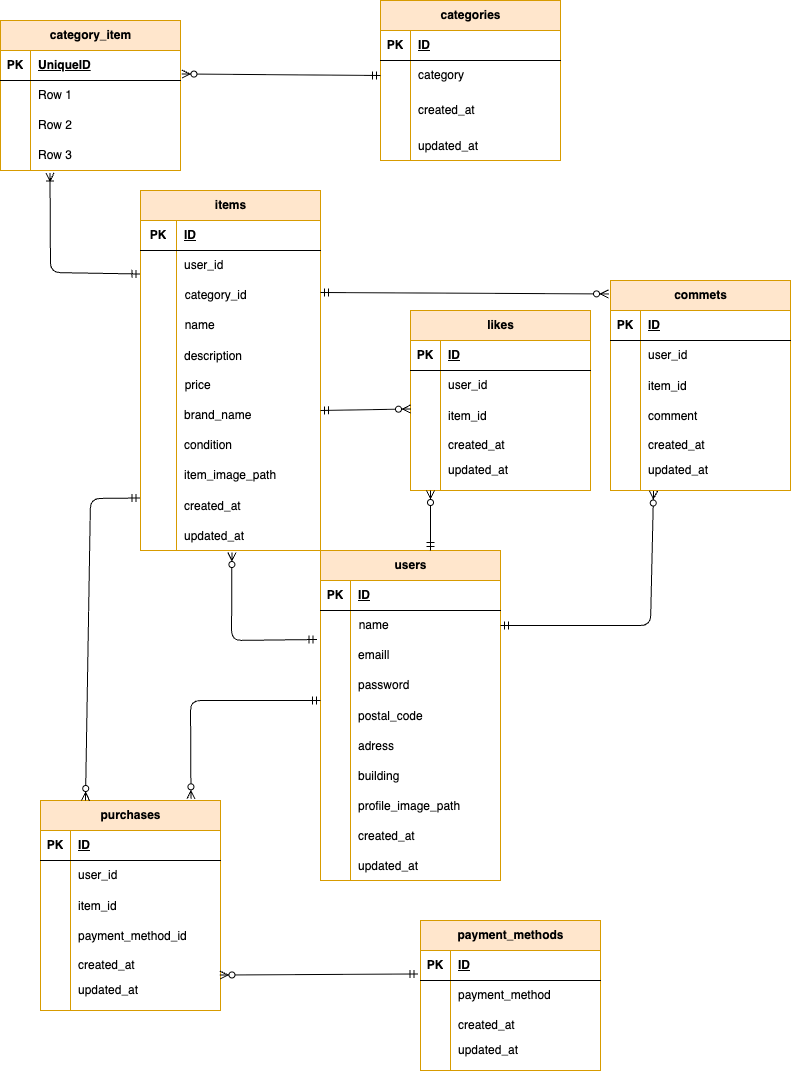
This is ER.drawio.png from kuri6-kara/miyazakiharuka-mockcase1-, a draw.io export, as it was before one commit. Source tidied: cells renumbered, new cells last; positions are measured from the earlier drawing's top-left corner, leaving out a move shared by most shapes.
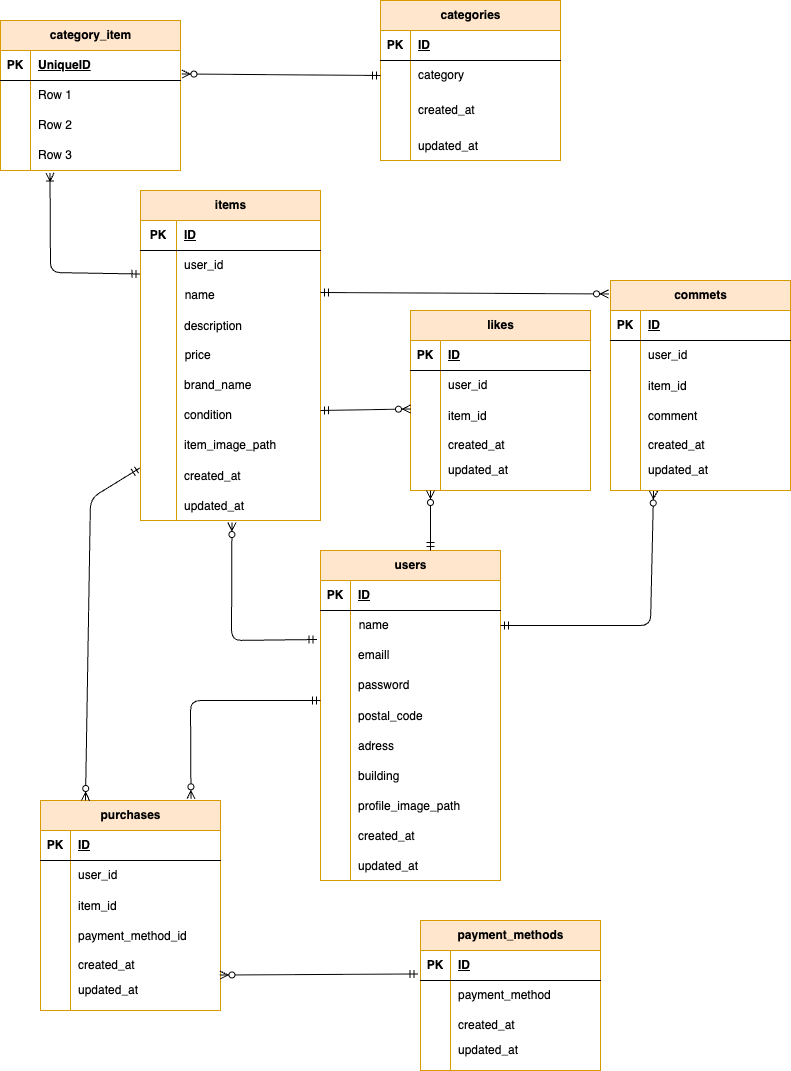
After the commit.

The edit, as a diff of the source:
```diff
@@ -96,7 +96,7 @@
       <mxGeometry x="30" width="150" height="30" as="geometry" />
     </mxCell>
     <mxCell id="33" value="items" style="shape=table;startSize=30;rowLines=0;fontStyle=1;align=center;html=1;fillColor=#ffe6cc;strokeColor=#d79b00;" parent="1" vertex="1">
-      <mxGeometry x="140" y="190" width="180" height="360" as="geometry" />
+      <mxGeometry x="140" y="190" width="180" height="330" as="geometry" />
     </mxCell>
     <mxCell id="34" style="shape=tableRow;horizontal=0;startSize=0;swimlaneHead=0;swimlaneBody=0;fillColor=none;top=0;left=0;right=0;bottom=1;" parent="33" vertex="1">
       <mxGeometry y="30" width="180" height="30" as="geometry" />
@@ -116,17 +116,8 @@
     <mxCell id="39" value="user_id" style="shape=partialRectangle;fillColor=none;top=0;left=0;bottom=0;right=0;align=left;spacingLeft=6;overflow=hidden;whiteSpace=wrap;html=1;" parent="37" vertex="1">
       <mxGeometry x="36" width="144" height="30" as="geometry" />
     </mxCell>
-    <mxCell id="40" style="shape=tableRow;horizontal=0;startSize=0;swimlaneHead=0;swimlaneBody=0;strokeColor=inherit;top=0;left=0;bottom=0;right=0;fillColor=none;" parent="33" vertex="1">
-      <mxGeometry y="90" width="180" height="30" as="geometry" />
-    </mxCell>
-    <mxCell id="41" style="shape=partialRectangle;html=1;whiteSpace=wrap;strokeColor=inherit;overflow=hidden;fillColor=none;top=0;left=0;bottom=0;right=0;" parent="40" vertex="1">
-      <mxGeometry width="36" height="30" as="geometry" />
-    </mxCell>
-    <mxCell id="42" value="&amp;nbsp; category_id" style="shape=partialRectangle;html=1;whiteSpace=wrap;strokeColor=inherit;overflow=hidden;fillColor=none;top=0;left=0;bottom=0;right=0;align=left;" parent="40" vertex="1">
-      <mxGeometry x="36" width="144" height="30" as="geometry" />
-    </mxCell>
     <mxCell id="43" style="shape=tableRow;horizontal=0;startSize=0;swimlaneHead=0;swimlaneBody=0;strokeColor=inherit;top=0;left=0;bottom=0;right=0;fillColor=none;" parent="33" vertex="1">
-      <mxGeometry y="120" width="180" height="30" as="geometry" />
+      <mxGeometry y="90" width="180" height="30" as="geometry" />
     </mxCell>
     <mxCell id="44" style="shape=partialRectangle;html=1;whiteSpace=wrap;strokeColor=inherit;overflow=hidden;fillColor=none;top=0;left=0;bottom=0;right=0;" parent="43" vertex="1">
       <mxGeometry width="36" height="30" as="geometry" />
@@ -135,7 +126,7 @@
       <mxGeometry x="36" width="144" height="30" as="geometry" />
     </mxCell>
     <mxCell id="46" style="shape=tableRow;horizontal=0;startSize=0;swimlaneHead=0;swimlaneBody=0;fillColor=none;top=0;left=0;right=0;bottom=0;" parent="33" vertex="1">
-      <mxGeometry y="150" width="180" height="30" as="geometry" />
+      <mxGeometry y="120" width="180" height="30" as="geometry" />
     </mxCell>
     <mxCell id="47" style="shape=partialRectangle;fillColor=none;top=0;left=0;bottom=0;right=0;overflow=hidden;" parent="46" vertex="1">
       <mxGeometry width="36" height="30" as="geometry" />
@@ -144,7 +135,7 @@
       <mxGeometry x="36" width="144" height="30" as="geometry" />
     </mxCell>
     <mxCell id="49" style="shape=tableRow;horizontal=0;startSize=0;swimlaneHead=0;swimlaneBody=0;strokeColor=inherit;top=0;left=0;bottom=0;right=0;fillColor=none;" parent="33" vertex="1">
-      <mxGeometry y="180" width="180" height="30" as="geometry" />
+      <mxGeometry y="150" width="180" height="30" as="geometry" />
     </mxCell>
     <mxCell id="50" style="shape=partialRectangle;html=1;whiteSpace=wrap;strokeColor=inherit;overflow=hidden;fillColor=none;top=0;left=0;bottom=0;right=0;" parent="49" vertex="1">
       <mxGeometry width="36" height="30" as="geometry" />
@@ -153,7 +144,7 @@
       <mxGeometry x="36" width="144" height="30" as="geometry" />
     </mxCell>
     <mxCell id="52" style="shape=tableRow;horizontal=0;startSize=0;swimlaneHead=0;swimlaneBody=0;fillColor=none;top=0;left=0;right=0;bottom=0;" parent="33" vertex="1">
-      <mxGeometry y="210" width="180" height="30" as="geometry" />
+      <mxGeometry y="180" width="180" height="30" as="geometry" />
     </mxCell>
     <mxCell id="53" style="shape=partialRectangle;fillColor=none;top=0;left=0;bottom=0;right=0;overflow=hidden;whiteSpace=wrap;html=1;" parent="52" vertex="1">
       <mxGeometry width="36" height="30" as="geometry" />
@@ -162,7 +153,7 @@
       <mxGeometry x="36" width="144" height="30" as="geometry" />
     </mxCell>
     <mxCell id="55" style="shape=tableRow;horizontal=0;startSize=0;swimlaneHead=0;swimlaneBody=0;fillColor=none;top=0;left=0;right=0;bottom=0;" parent="33" vertex="1">
-      <mxGeometry y="240" width="180" height="30" as="geometry" />
+      <mxGeometry y="210" width="180" height="30" as="geometry" />
     </mxCell>
     <mxCell id="56" style="shape=partialRectangle;fillColor=none;top=0;left=0;bottom=0;right=0;overflow=hidden;whiteSpace=wrap;html=1;" parent="55" vertex="1">
       <mxGeometry width="36" height="30" as="geometry" />
@@ -171,7 +162,7 @@
       <mxGeometry x="36" width="144" height="30" as="geometry" />
     </mxCell>
     <mxCell id="58" style="shape=tableRow;horizontal=0;startSize=0;swimlaneHead=0;swimlaneBody=0;fillColor=none;top=0;left=0;right=0;bottom=0;" parent="33" vertex="1">
-      <mxGeometry y="270" width="180" height="30" as="geometry" />
+      <mxGeometry y="240" width="180" height="30" as="geometry" />
     </mxCell>
     <mxCell id="59" style="shape=partialRectangle;fillColor=none;top=0;left=0;bottom=0;right=0;overflow=hidden;whiteSpace=wrap;html=1;" parent="58" vertex="1">
       <mxGeometry width="36" height="30" as="geometry" />
@@ -180,7 +171,7 @@
       <mxGeometry x="36" width="144" height="30" as="geometry" />
     </mxCell>
     <mxCell id="61" style="shape=tableRow;horizontal=0;startSize=0;swimlaneHead=0;swimlaneBody=0;fillColor=none;points=[[0,0.5],[1,0.5]];portConstraint=eastwest;top=0;left=0;right=0;bottom=0;" parent="33" vertex="1">
-      <mxGeometry y="300" width="180" height="30" as="geometry" />
+      <mxGeometry y="270" width="180" height="30" as="geometry" />
     </mxCell>
     <mxCell id="62" style="shape=partialRectangle;fillColor=none;top=0;left=0;bottom=0;right=0;overflow=hidden;" parent="61" vertex="1">
       <mxGeometry width="36" height="30" as="geometry" />
@@ -189,7 +180,7 @@
       <mxGeometry x="36" width="144" height="30" as="geometry" />
     </mxCell>
     <mxCell id="64" style="shape=tableRow;horizontal=0;startSize=0;swimlaneHead=0;swimlaneBody=0;fillColor=none;points=[[0,0.5],[1,0.5]];portConstraint=eastwest;top=0;left=0;right=0;bottom=0;" parent="33" vertex="1">
-      <mxGeometry y="330" width="180" height="30" as="geometry" />
+      <mxGeometry y="300" width="180" height="30" as="geometry" />
     </mxCell>
     <mxCell id="65" style="shape=partialRectangle;fillColor=none;top=0;left=0;bottom=0;right=0;overflow=hidden;" parent="64" vertex="1">
       <mxGeometry width="36" height="30" as="geometry" />
```
